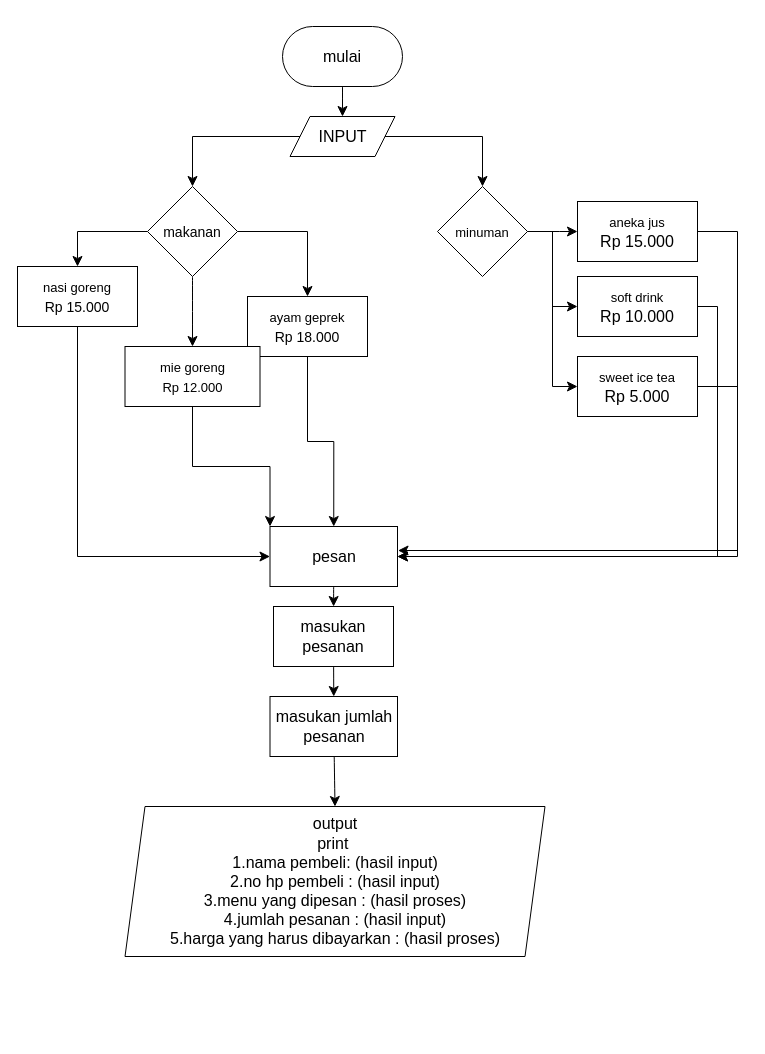
This is page "Salinan Salinan Page-1" (2 of 2) of Diagram Tanpa Judul.drawio from Ryandra-TI01/-TI01_Ryandra_DDP, a draw.io file, before an edit. Source tidied: cells renumbered, new cells numbered last; positions are measured from the earlier drawing's top-left corner, leaving out a move shared by most shapes. Both pictures are drawn from the tidied source at 100%, with x=0, y=0 at pixel (17, 26).
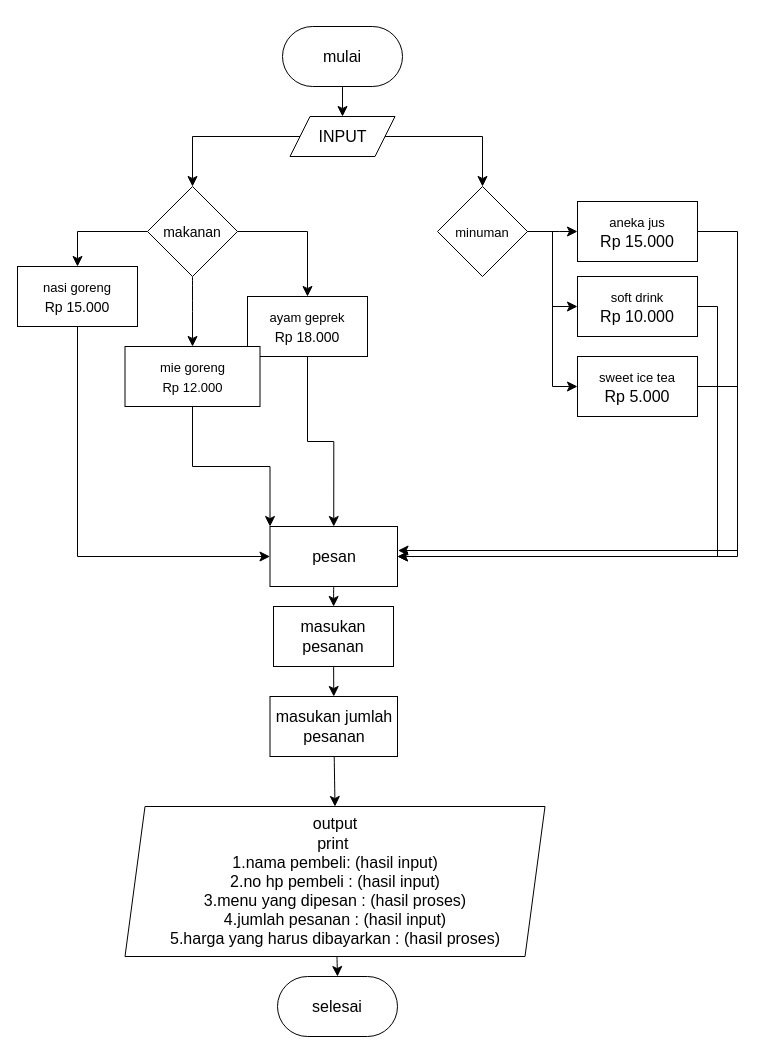
After the change.

The change refers to these unchanged cells:
```xml
<mxCell id="5" value="&lt;font style=&quot;font-size: 16px;&quot;&gt;output &lt;br&gt;print&amp;nbsp;&lt;br&gt;1.nama pembeli: (hasil input)&lt;br&gt;2.no hp pembeli : (hasil input)&lt;br&gt;3.menu yang dipesan : (hasil proses)&lt;br&gt;4.jumlah pesanan : (hasil input)&lt;br&gt;5.harga yang harus dibayarkan : (hasil proses)&lt;br&gt;&lt;/font&gt;" style="shape=parallelogram;perimeter=parallelogramPerimeter;whiteSpace=wrap;html=1;fixedSize=1;fontSize=16;" parent="1" vertex="1">
  <mxGeometry x="107.5" y="780" width="420" height="150" as="geometry" />
</mxCell>
```

What changed in the source:
```diff
@@
+    <mxCell id="35" style="edgeStyle=none;curved=1;rounded=0;jettySize=auto;html=1;entryX=0.5;entryY=0;entryDx=0;entryDy=0;fontSize=12;startSize=8;endSize=8;" parent="1" edge="1" source="5" target="36">
+      <mxGeometry relative="1" as="geometry" />
+    </mxCell>
@@
+    <mxCell id="36" value="selesai" style="rounded=1;whiteSpace=wrap;html=1;fontSize=16;arcSize=50;" parent="1" vertex="1">
+      <mxGeometry x="260" y="950" width="120" height="60" as="geometry" />
+    </mxCell>
```
